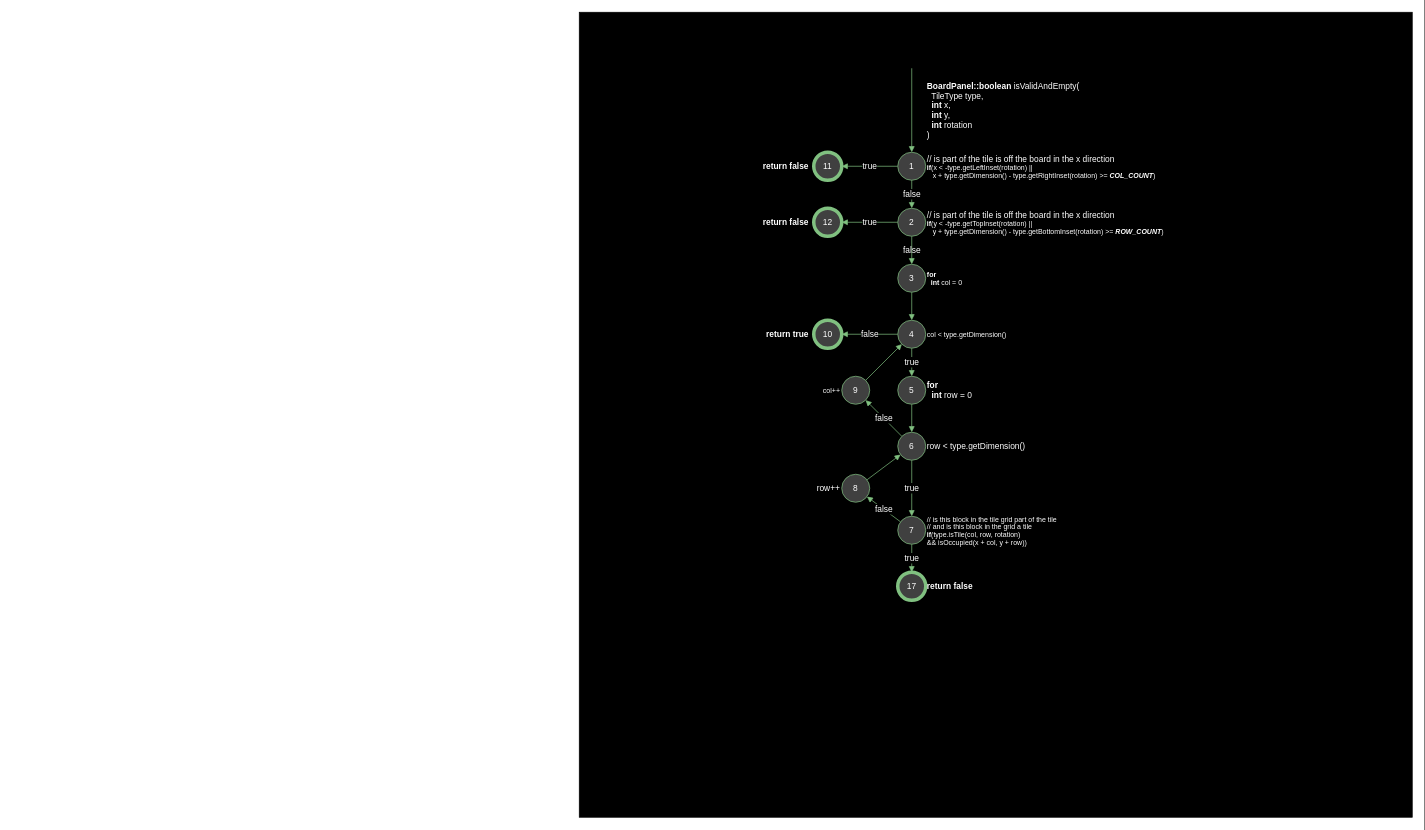
Earlier version of the draw.io diagram page "black" (2 of 2) of SE461_TetrisProject/Tetris-master/Path Diagram/TetrisPathDiagram.drawio (mySmurph/SE471_LABS). Source tidied: cells renumbered, new cells numbered last; positions are measured from the earlier drawing's top-left corner, leaving out a move shared by most shapes. Both pictures are drawn from the tidied source at 70%, with x=0, y=0 at pixel (579, 12).
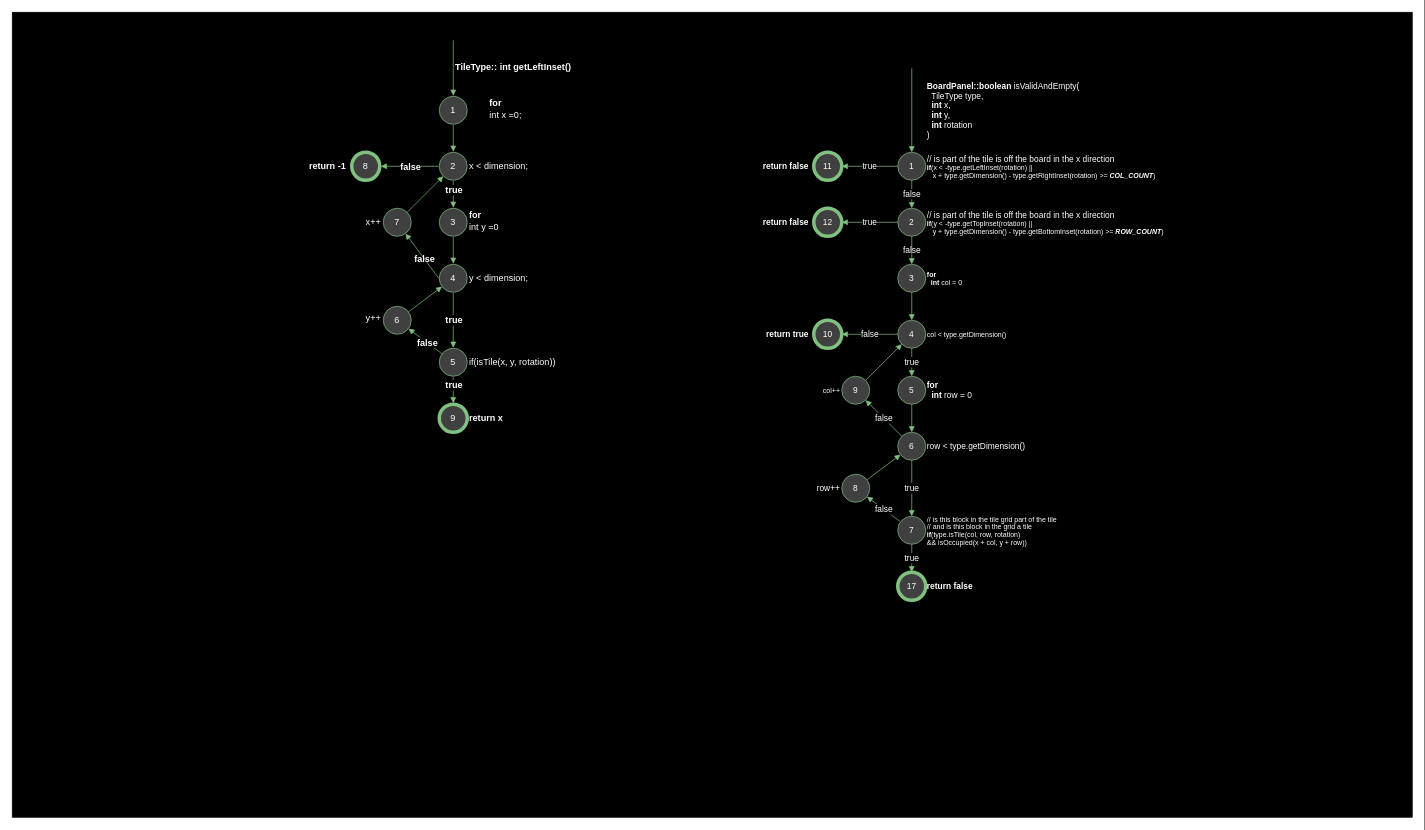
After the change.

The edit, as a diff of the source:
```diff
@@
     <mxCell id="2" style="rounded=0;whiteSpace=wrap;html=1;fillColor=#000000;" parent="1" vertex="1">
-      <mxGeometry width="1190" height="1150" as="geometry" />
+      <mxGeometry x="-810" width="2000" height="1150" as="geometry" />
     </mxCell>
@@
+    <mxCell id="46" value="1" style="html=1;overflow=block;blockSpacing=1;whiteSpace=wrap;ellipse;whiteSpace=wrap;fontSize=13;strokeColor=#80c080;strokeOpacity=100;absoluteArcSize=1;fontFamily=Source Code Pro;fillColor=#404040;fontColor=#FFFFFF;labelBackgroundColor=none;" parent="3" vertex="1">
+      <mxGeometry x="-200" y="120" width="40" height="40" as="geometry" />
+    </mxCell>
+    <mxCell id="47" style="html=1;jettySize=18;whiteSpace=wrap;fontSize=13;strokeColor=#80c080;rounded=0;startArrow=none;endArrow=block;endFill=1;entryX=0.5;entryY=-0.019;entryPerimeter=0;fontFamily=Source Code Pro;exitX=0;exitY=0;exitDx=0;exitDy=0;fontColor=#FFFFFF;labelBackgroundColor=none;" parent="3" edge="1" source="81" target="46">
+      <mxGeometry relative="1" as="geometry" />
+    </mxCell>
+    <mxCell id="48" value="&lt;div style=&quot;display: flex; justify-content: center; align-items: baseline; font-size: 13px; line-height: 1.25; margin-top: -2px;&quot;&gt;&lt;span style=&quot;font-size: 13px;&quot;&gt;&lt;span style=&quot;font-size: 13px; font-weight: bold;&quot;&gt;for&lt;/span&gt;&lt;span style=&quot;font-size: 13px;&quot;&gt;&#10;int x =0; &lt;/span&gt;&lt;/span&gt;&lt;/div&gt;" style="html=1;overflow=block;blockSpacing=1;whiteSpace=wrap;whiteSpace=wrap;fontSize=13;spacing=3.8;strokeOpacity=0;fillOpacity=0;rounded=1;absoluteArcSize=1;arcSize=9;fillColor=#ffffff;strokeWidth=2.3;fontFamily=Source Code Pro;align=left;fontColor=#FFFFFF;labelBackgroundColor=none;" parent="3" vertex="1">
+      <mxGeometry x="-160" y="116" width="110" height="48" as="geometry" />
+    </mxCell>
+    <mxCell id="49" value="2" style="html=1;overflow=block;blockSpacing=1;whiteSpace=wrap;ellipse;whiteSpace=wrap;fontSize=13;strokeColor=#80c080;strokeOpacity=100;absoluteArcSize=1;fontFamily=Source Code Pro;fillColor=#404040;fontColor=#FFFFFF;labelBackgroundColor=none;" parent="3" vertex="1">
+      <mxGeometry x="-200" y="200" width="40" height="40" as="geometry" />
+    </mxCell>
+    <mxCell id="50" value="x &amp;lt; dimension;" style="html=1;overflow=block;blockSpacing=1;whiteSpace=wrap;whiteSpace=wrap;fontSize=13;spacing=3.8;strokeOpacity=0;fillOpacity=0;rounded=1;absoluteArcSize=1;arcSize=9;fillColor=#ffffff;strokeWidth=2.3;fontFamily=Source Code Pro;align=left;fontColor=#FFFFFF;labelBackgroundColor=none;" parent="3" vertex="1">
+      <mxGeometry x="-160" y="200" width="150" height="40" as="geometry" />
+    </mxCell>
+    <mxCell id="51" style="html=1;jettySize=18;whiteSpace=wrap;fontSize=13;strokeColor=#80c080;startArrow=none;exitX=0.5;exitY=1.019;exitPerimeter=0;entryX=0.5;entryY=-0.019;entryPerimeter=0;fontFamily=Source Code Pro;rounded=0;endFill=1;endArrow=block;fontColor=#FFFFFF;labelBackgroundColor=none;" parent="3" edge="1" source="46" target="49">
+      <mxGeometry relative="1" as="geometry" />
+    </mxCell>
+    <mxCell id="52" value="8" style="html=1;overflow=block;blockSpacing=1;whiteSpace=wrap;ellipse;whiteSpace=wrap;fontSize=13;strokeColor=#80c080;strokeOpacity=100;absoluteArcSize=1;strokeWidth=5;fontFamily=Source Code Pro;fillColor=#404040;fontColor=#FFFFFF;labelBackgroundColor=none;" parent="3" vertex="1">
+      <mxGeometry x="-325" y="200" width="40" height="40" as="geometry" />
+    </mxCell>
+    <mxCell id="53" style="html=1;jettySize=18;whiteSpace=wrap;fontSize=13;strokeColor=#80c080;edgeStyle=orthogonalEdgeStyle;startArrow=none;exitX=-0.019;exitY=0.5;exitPerimeter=0;entryX=1.038;entryY=0.5;entryPerimeter=0;fontFamily=Source Code Pro;rounded=0;endFill=1;endArrow=block;fontColor=#FFFFFF;labelBackgroundColor=none;" parent="3" edge="1" source="49" target="52">
+      <mxGeometry relative="1" as="geometry" />
+    </mxCell>
+    <mxCell id="54" value="false" style="text;html=1;labelBackgroundColor=#000000;align=center;verticalAlign=middle;fontStyle=1;fontSize=13;fontFamily=Source Code Pro;fontColor=#FFFFFF;" parent="53" vertex="1">
+      <mxGeometry relative="1" as="geometry" />
+    </mxCell>
+    <mxCell id="55" value="return -1" style="html=1;overflow=block;blockSpacing=1;whiteSpace=wrap;whiteSpace=wrap;fontSize=13;fontStyle=1;spacing=3.8;strokeOpacity=0;fillOpacity=0;rounded=1;absoluteArcSize=1;arcSize=9;fillColor=#ffffff;strokeWidth=2.3;fontFamily=Source Code Pro;align=right;fontColor=#FFFFFF;labelBackgroundColor=none;" parent="3" vertex="1">
+      <mxGeometry x="-410" y="200" width="80" height="40" as="geometry" />
+    </mxCell>
+    <mxCell id="56" value="3" style="html=1;overflow=block;blockSpacing=1;whiteSpace=wrap;ellipse;whiteSpace=wrap;fontSize=13;strokeColor=#80c080;strokeOpacity=100;absoluteArcSize=1;fontFamily=Source Code Pro;fillColor=#404040;fontColor=#FFFFFF;labelBackgroundColor=none;" parent="3" vertex="1">
+      <mxGeometry x="-200" y="280" width="40" height="40" as="geometry" />
+    </mxCell>
+    <mxCell id="57" value="&lt;div style=&quot;display: flex; font-size: 13px; line-height: 1.25; margin-top: -2px;&quot;&gt;&lt;span style=&quot;font-size: 13px;&quot;&gt;&lt;span style=&quot;font-size: 13px; font-weight: bold;&quot;&gt;for&lt;/span&gt;&lt;span style=&quot;font-size: 13px;&quot;&gt;&lt;br style=&quot;font-size: 13px;&quot;&gt;int y =0&lt;/span&gt;&lt;/span&gt;&lt;/div&gt;" style="html=1;overflow=block;blockSpacing=1;whiteSpace=wrap;whiteSpace=wrap;fontSize=13;spacing=3.8;strokeOpacity=0;fillOpacity=0;rounded=1;absoluteArcSize=1;arcSize=9;fillColor=#ffffff;strokeWidth=2.3;fontFamily=Source Code Pro;align=left;fontColor=#FFFFFF;labelBackgroundColor=none;" parent="3" vertex="1">
+      <mxGeometry x="-160" y="280" width="120" height="40" as="geometry" />
+    </mxCell>
+    <mxCell id="58" style="html=1;jettySize=18;whiteSpace=wrap;fontSize=13;strokeColor=#80c080;startArrow=none;exitX=0.5;exitY=1.019;exitPerimeter=0;entryX=0.5;entryY=-0.019;entryPerimeter=0;fontFamily=Source Code Pro;rounded=0;endFill=1;endArrow=block;fontColor=#FFFFFF;labelBackgroundColor=none;" parent="3" edge="1" source="49" target="56">
+      <mxGeometry relative="1" as="geometry" />
+    </mxCell>
+    <mxCell id="59" value="true" style="text;html=1;labelBackgroundColor=#000000;align=center;verticalAlign=middle;fontStyle=1;fontSize=13;fontFamily=Source Code Pro;fontColor=#FFFFFF;" parent="58" vertex="1">
+      <mxGeometry x="-0.34" relative="1" as="geometry" />
+    </mxCell>
+    <mxCell id="60" value="4" style="html=1;overflow=block;blockSpacing=1;whiteSpace=wrap;ellipse;whiteSpace=wrap;fontSize=13;strokeColor=#80c080;strokeOpacity=100;absoluteArcSize=1;fontFamily=Source Code Pro;fillColor=#404040;fontColor=#FFFFFF;labelBackgroundColor=none;" parent="3" vertex="1">
+      <mxGeometry x="-200" y="360" width="40" height="40" as="geometry" />
+    </mxCell>
+    <mxCell id="61" style="html=1;jettySize=18;whiteSpace=wrap;fontSize=13;strokeColor=#80c080;startArrow=none;exitX=0.5;exitY=1.019;exitPerimeter=0;entryX=0.5;entryY=-0.019;entryPerimeter=0;fontFamily=Source Code Pro;rounded=0;endFill=1;endArrow=block;fontColor=#FFFFFF;labelBackgroundColor=none;" parent="3" edge="1" source="56" target="60">
+      <mxGeometry relative="1" as="geometry" />
+    </mxCell>
+    <mxCell id="62" value="y &amp;lt; dimension;" style="html=1;overflow=block;blockSpacing=1;whiteSpace=wrap;whiteSpace=wrap;fontSize=13;spacing=3.8;strokeOpacity=0;fillOpacity=0;rounded=1;absoluteArcSize=1;arcSize=9;fillColor=#ffffff;strokeWidth=2.3;fontFamily=Source Code Pro;align=left;fontColor=#FFFFFF;labelBackgroundColor=none;" parent="3" vertex="1">
+      <mxGeometry x="-160" y="360" width="150" height="40" as="geometry" />
+    </mxCell>
+    <mxCell id="63" style="html=1;jettySize=18;whiteSpace=wrap;fontSize=13;strokeColor=#80c080;startArrow=none;exitX=-0.019;exitY=0.5;exitPerimeter=0;fontFamily=Source Code Pro;rounded=0;endFill=1;endArrow=block;fontColor=#FFFFFF;labelBackgroundColor=#000000;" parent="3" edge="1" source="60" target="65">
+      <mxGeometry relative="1" as="geometry" />
+    </mxCell>
+    <mxCell id="64" value="false" style="text;html=1;labelBackgroundColor=none;align=center;verticalAlign=middle;fontStyle=1;fontSize=13;fontFamily=Source Code Pro;fontColor=#FFFFFF;" parent="63" vertex="1">
+      <mxGeometry x="-0.13" relative="1" as="geometry" />
+    </mxCell>
+    <mxCell id="65" value="7" style="html=1;overflow=block;blockSpacing=1;whiteSpace=wrap;ellipse;whiteSpace=wrap;fontSize=13;strokeColor=#80c080;strokeOpacity=100;absoluteArcSize=1;fontFamily=Source Code Pro;fillColor=#404040;fontColor=#FFFFFF;labelBackgroundColor=none;" parent="3" vertex="1">
+      <mxGeometry x="-280" y="280" width="40" height="40" as="geometry" />
+    </mxCell>
+    <mxCell id="66" style="html=1;jettySize=18;whiteSpace=wrap;fontSize=13;strokeColor=#80c080;startArrow=none;fontFamily=Source Code Pro;rounded=0;endFill=1;endArrow=block;fontColor=#FFFFFF;labelBackgroundColor=none;" parent="3" edge="1" source="65" target="49">
+      <mxGeometry relative="1" as="geometry" />
+    </mxCell>
+    <mxCell id="67" value="x++" style="html=1;overflow=block;blockSpacing=1;whiteSpace=wrap;whiteSpace=wrap;fontSize=13;spacing=3.8;strokeOpacity=0;fillOpacity=0;rounded=1;absoluteArcSize=1;arcSize=9;fillColor=#ffffff;strokeWidth=2.3;fontFamily=Source Code Pro;align=right;fontColor=#FFFFFF;labelBackgroundColor=none;" parent="3" vertex="1">
+      <mxGeometry x="-375" y="280" width="95" height="40" as="geometry" />
+    </mxCell>
+    <mxCell id="68" value="5" style="html=1;overflow=block;blockSpacing=1;whiteSpace=wrap;ellipse;whiteSpace=wrap;fontSize=13;strokeColor=#80c080;strokeOpacity=100;absoluteArcSize=1;fontFamily=Source Code Pro;fillColor=#404040;fontColor=#FFFFFF;labelBackgroundColor=none;" parent="3" vertex="1">
+      <mxGeometry x="-200" y="480" width="40" height="40" as="geometry" />
+    </mxCell>
+    <mxCell id="69" style="html=1;jettySize=18;whiteSpace=wrap;fontSize=13;strokeColor=#80c080;startArrow=none;exitX=0.5;exitY=1.019;exitPerimeter=0;entryX=0.5;entryY=-0.019;entryPerimeter=0;fontFamily=Source Code Pro;rounded=0;endFill=1;endArrow=block;fontColor=#FFFFFF;labelBackgroundColor=none;" parent="3" edge="1" source="60" target="68">
+      <mxGeometry relative="1" as="geometry" />
+    </mxCell>
+    <mxCell id="70" value="true" style="text;html=1;labelBackgroundColor=#000000;align=center;verticalAlign=middle;fontStyle=1;fontSize=13;fontFamily=Source Code Pro;fontColor=#FFFFFF;" parent="69" vertex="1">
+      <mxGeometry relative="1" as="geometry" />
+    </mxCell>
+    <mxCell id="71" value="if(isTile(x, y, rotation))" style="html=1;overflow=block;blockSpacing=1;whiteSpace=wrap;whiteSpace=wrap;fontSize=13;spacing=3.8;strokeOpacity=0;fillOpacity=0;rounded=1;absoluteArcSize=1;arcSize=9;fillColor=#ffffff;strokeWidth=2.3;fontFamily=Source Code Pro;align=left;fontColor=#FFFFFF;labelBackgroundColor=none;" parent="3" vertex="1">
+      <mxGeometry x="-160" y="480" width="190" height="40" as="geometry" />
+    </mxCell>
+    <mxCell id="72" value="6" style="html=1;overflow=block;blockSpacing=1;whiteSpace=wrap;ellipse;whiteSpace=wrap;fontSize=13;strokeColor=#80c080;strokeOpacity=100;absoluteArcSize=1;fontFamily=Source Code Pro;fillColor=#404040;fontColor=#FFFFFF;labelBackgroundColor=none;" parent="3" vertex="1">
+      <mxGeometry x="-280" y="420" width="40" height="40" as="geometry" />
+    </mxCell>
+    <mxCell id="73" style="html=1;jettySize=18;whiteSpace=wrap;fontSize=13;strokeColor=#80c080;startArrow=none;fontFamily=Source Code Pro;rounded=0;endFill=1;endArrow=block;fontColor=#FFFFFF;labelBackgroundColor=none;" parent="3" edge="1" source="68" target="72">
+      <mxGeometry relative="1" as="geometry" />
+    </mxCell>
+    <mxCell id="74" value="false" style="text;html=1;labelBackgroundColor=#000000;align=center;verticalAlign=middle;fontStyle=1;fontSize=13;fontFamily=Source Code Pro;fontColor=#FFFFFF;" parent="73" vertex="1">
+      <mxGeometry x="-0.1" relative="1" as="geometry" />
+    </mxCell>
+    <mxCell id="75" style="html=1;jettySize=18;whiteSpace=wrap;fontSize=13;strokeColor=#80c080;startArrow=none;fontFamily=Source Code Pro;rounded=0;endFill=1;endArrow=block;fontColor=#FFFFFF;labelBackgroundColor=none;" parent="3" edge="1" source="72" target="60">
+      <mxGeometry relative="1" as="geometry" />
+    </mxCell>
+    <mxCell id="76" value="y++" style="html=1;overflow=block;blockSpacing=1;whiteSpace=wrap;whiteSpace=wrap;fontSize=13;spacing=3.8;strokeOpacity=0;fillOpacity=0;rounded=1;absoluteArcSize=1;arcSize=9;fillColor=#ffffff;strokeWidth=2.3;fontFamily=Source Code Pro;align=right;fontColor=#FFFFFF;labelBackgroundColor=none;" parent="3" vertex="1">
+      <mxGeometry x="-325" y="412" width="45" height="48" as="geometry" />
+    </mxCell>
+    <mxCell id="77" value="9" style="html=1;overflow=block;blockSpacing=1;whiteSpace=wrap;ellipse;whiteSpace=wrap;fontSize=13;strokeColor=#80c080;strokeOpacity=100;absoluteArcSize=1;strokeWidth=5;fontFamily=Source Code Pro;fillColor=#404040;fontColor=#FFFFFF;labelBackgroundColor=none;" parent="3" vertex="1">
+      <mxGeometry x="-200" y="560" width="40" height="40" as="geometry" />
+    </mxCell>
+    <mxCell id="78" style="html=1;jettySize=18;whiteSpace=wrap;fontSize=13;strokeColor=#80c080;startArrow=none;exitX=0.5;exitY=1.019;exitPerimeter=0;entryX=0.5;entryY=-0.038;entryPerimeter=0;fontFamily=Source Code Pro;rounded=0;endFill=1;endArrow=block;fontColor=#FFFFFF;labelBackgroundColor=none;" parent="3" edge="1" source="68" target="77">
+      <mxGeometry relative="1" as="geometry" />
+    </mxCell>
+    <mxCell id="79" value="true" style="text;html=1;labelBackgroundColor=#000000;align=center;verticalAlign=middle;fontStyle=1;fontSize=13;fontFamily=Source Code Pro;fontColor=#FFFFFF;" parent="78" vertex="1">
+      <mxGeometry x="-0.34" relative="1" as="geometry" />
+    </mxCell>
+    <mxCell id="80" value="return x" style="html=1;overflow=block;blockSpacing=1;whiteSpace=wrap;whiteSpace=wrap;fontSize=13;fontStyle=1;spacing=3.8;strokeOpacity=0;fillOpacity=0;rounded=1;absoluteArcSize=1;arcSize=9;fillColor=#ffffff;strokeWidth=2.3;fontFamily=Source Code Pro;align=left;fontColor=#FFFFFF;labelBackgroundColor=none;" parent="3" vertex="1">
+      <mxGeometry x="-160" y="560" width="120" height="40" as="geometry" />
+    </mxCell>
+    <mxCell id="81" value="&lt;div style=&quot;display: flex; font-size: 13px; line-height: 1.25; margin-top: -2px;&quot;&gt;&lt;span style=&quot;font-size: 13px;&quot;&gt;&lt;span style=&quot;font-size: 13px; font-weight: bold;&quot;&gt;TileType:: int getLeftInset()&lt;/span&gt;&lt;br style=&quot;font-size: 13px;&quot;&gt;&lt;/span&gt;&lt;/div&gt;" style="html=1;overflow=block;blockSpacing=1;whiteSpace=wrap;whiteSpace=wrap;fontSize=13;spacing=3.8;strokeOpacity=0;fillOpacity=0;rounded=1;absoluteArcSize=1;arcSize=9;fillColor=#ffffff;strokeWidth=2.3;fontFamily=Source Code Pro;align=left;fontColor=#FFFFFF;labelBackgroundColor=none;" parent="3" vertex="1">
+      <mxGeometry x="-180" y="40" width="180" height="80" as="geometry" />
+    </mxCell>
```
